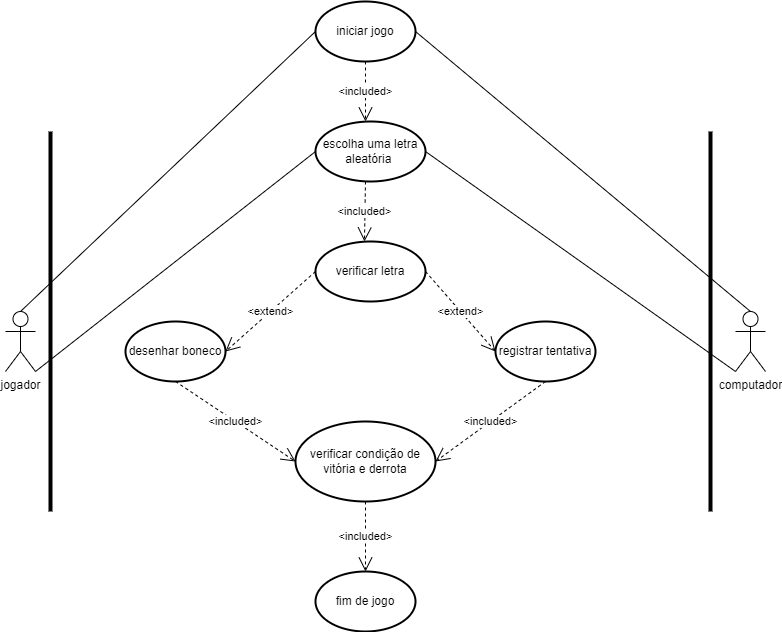
Above: Diagrama Casos de Uso.drawio.png in KalCastro/Jogo_da_Forca (draw.io), before the change. Source tidied: cells renumbered, new cells last; positions are measured from the earlier drawing's top-left corner, leaving out a move shared by most shapes.
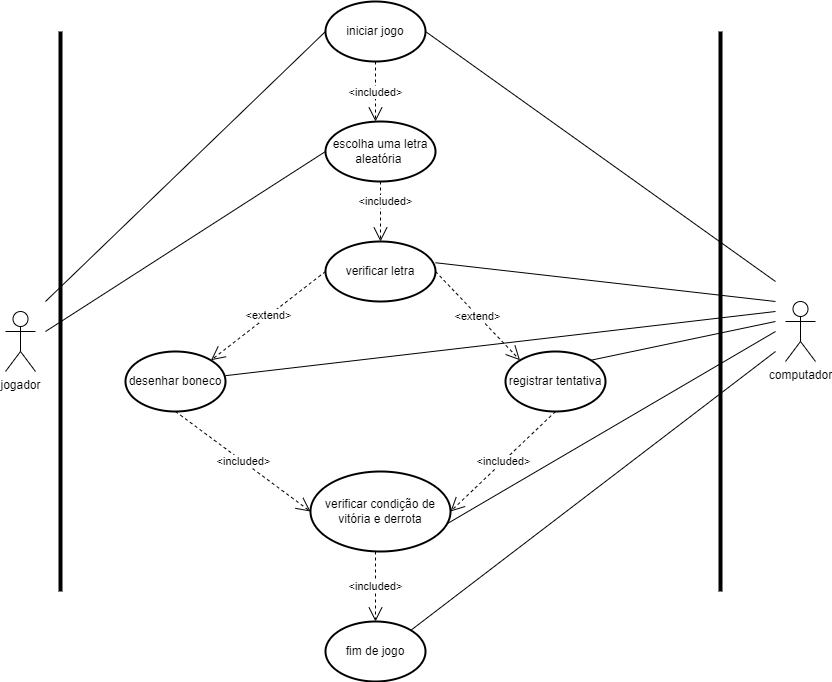
The same file after the commit.

Change to the diagram source:
```diff
@@ -2,17 +2,22 @@
   <root>
     <mxCell id="0" />
     <mxCell id="1" parent="0" />
+    <mxCell id="24" style="endArrow=none;html=1;rounded=0;entryX=1;entryY=0.354;entryDx=0;entryDy=0;entryPerimeter=0;" parent="1" edge="1" target="7">
+      <mxGeometry relative="1" as="geometry">
+        <mxPoint x="760" y="300" as="sourcePoint" />
+      </mxGeometry>
+    </mxCell>
     <mxCell id="2" value="jogador" style="shape=umlActor;verticalLabelPosition=bottom;verticalAlign=top;html=1;outlineConnect=0;" parent="1" vertex="1">
-      <mxGeometry y="310" width="30" height="60" as="geometry" />
+      <mxGeometry x="-10" y="310" width="30" height="60" as="geometry" />
     </mxCell>
     <mxCell id="3" value="computador" style="shape=umlActor;verticalLabelPosition=bottom;verticalAlign=top;html=1;outlineConnect=0;" parent="1" vertex="1">
-      <mxGeometry x="730" y="310" width="30" height="60" as="geometry" />
+      <mxGeometry x="770" y="300" width="30" height="60" as="geometry" />
     </mxCell>
     <mxCell id="4" style="line;strokeWidth=4;direction=south;html=1;perimeter=backbonePerimeter;" parent="1" vertex="1">
-      <mxGeometry x="40" y="130" width="10" height="380" as="geometry" />
+      <mxGeometry x="40" y="30" width="10" height="560" as="geometry" />
     </mxCell>
     <mxCell id="5" style="line;strokeWidth=4;direction=south;html=1;perimeter=backbonePerimeter;" parent="1" vertex="1">
-      <mxGeometry x="700" y="130" width="10" height="380" as="geometry" />
+      <mxGeometry x="700" y="30" width="10" height="560" as="geometry" />
     </mxCell>
     <mxCell id="6" value="iniciar jogo" style="strokeWidth=2;html=1;shape=mxgraph.flowchart.start_1;whiteSpace=wrap;" parent="1" vertex="1">
       <mxGeometry x="310" width="100" height="60" as="geometry" />
@@ -24,29 +29,32 @@
       <mxGeometry x="310" y="120" width="110" height="60" as="geometry" />
     </mxCell>
     <mxCell id="9" value="desenhar boneco" style="strokeWidth=2;html=1;shape=mxgraph.flowchart.start_1;whiteSpace=wrap;" parent="1" vertex="1">
-      <mxGeometry x="120" y="320" width="100" height="60" as="geometry" />
+      <mxGeometry x="110" y="350" width="100" height="60" as="geometry" />
     </mxCell>
     <mxCell id="10" value="registrar tentativa" style="strokeWidth=2;html=1;shape=mxgraph.flowchart.start_1;whiteSpace=wrap;" parent="1" vertex="1">
-      <mxGeometry x="490" y="320" width="100" height="60" as="geometry" />
+      <mxGeometry x="490" y="350" width="100" height="60" as="geometry" />
     </mxCell>
     <mxCell id="11" value="&lt;font style=&quot;font-size: 12px;&quot;&gt;verificar condição de vitória e derrota&lt;/font&gt;" style="strokeWidth=2;html=1;shape=mxgraph.flowchart.start_1;whiteSpace=wrap;" parent="1" vertex="1">
-      <mxGeometry x="290" y="420" width="140" height="80" as="geometry" />
+      <mxGeometry x="295" y="470" width="140" height="80" as="geometry" />
     </mxCell>
     <mxCell id="12" value="fim de jogo" style="strokeWidth=2;html=1;shape=mxgraph.flowchart.start_1;whiteSpace=wrap;" parent="1" vertex="1">
-      <mxGeometry x="310" y="570" width="100" height="60" as="geometry" />
+      <mxGeometry x="310" y="620" width="100" height="60" as="geometry" />
     </mxCell>
-    <mxCell id="13" value="&amp;lt;included&amp;gt;" style="endArrow=open;endSize=12;dashed=1;html=1;rounded=0;entryX=0.445;entryY=0;entryDx=0;entryDy=0;entryPerimeter=0;" parent="1" edge="1" target="7">
-      <mxGeometry relative="1" as="geometry">
-        <mxPoint x="360" y="180" as="sourcePoint" />
-      </mxGeometry>
+    <mxCell id="13" value="&amp;lt;included&amp;gt;" style="endArrow=open;endSize=12;dashed=1;html=1;rounded=0;exitX=0.5;exitY=1;exitDx=0;exitDy=0;exitPerimeter=0;" parent="1" edge="1" source="8" target="7">
+      <mxGeometry x="-0.34" y="5" relative="1" as="geometry" />
     </mxCell>
     <mxCell id="14" value="&amp;lt;included&amp;gt;" style="endArrow=open;endSize=12;dashed=1;html=1;rounded=0;exitX=0.5;exitY=1;exitDx=0;exitDy=0;exitPerimeter=0;" parent="1" edge="1" source="6">
       <mxGeometry relative="1" as="geometry">
         <mxPoint x="360" y="120" as="targetPoint" />
       </mxGeometry>
     </mxCell>
-    <mxCell id="15" value="&amp;lt;included&amp;gt;" style="endArrow=open;endSize=12;dashed=1;html=1;rounded=0;exitX=0.5;exitY=1;exitDx=0;exitDy=0;exitPerimeter=0;entryX=0.5;entryY=0;entryDx=0;entryDy=0;entryPerimeter=0;" parent="1" edge="1" source="11" target="12">
-      <mxGeometry relative="1" as="geometry" />
+    <mxCell id="15" value="&amp;lt;included&amp;gt;" style="endArrow=open;endSize=12;dashed=1;html=1;rounded=0;entryX=0.5;entryY=0;entryDx=0;entryDy=0;entryPerimeter=0;" parent="1" edge="1" target="12">
+      <mxGeometry relative="1" as="geometry">
+        <mxPoint x="360" y="550" as="sourcePoint" />
+        <Array as="points">
+          <mxPoint x="360" y="580" />
+        </Array>
+      </mxGeometry>
     </mxCell>
     <mxCell id="16" value="&amp;lt;included&amp;gt;" style="endArrow=open;endSize=12;dashed=1;html=1;rounded=0;exitX=0.5;exitY=1;exitDx=0;exitDy=0;exitPerimeter=0;entryX=1;entryY=0.5;entryDx=0;entryDy=0;entryPerimeter=0;" parent="1" edge="1" source="10" target="11">
       <mxGeometry relative="1" as="geometry" />
@@ -54,23 +62,46 @@
     <mxCell id="17" value="&amp;lt;included&amp;gt;" style="endArrow=open;endSize=12;dashed=1;html=1;rounded=0;exitX=0.5;exitY=1;exitDx=0;exitDy=0;exitPerimeter=0;entryX=0;entryY=0.5;entryDx=0;entryDy=0;entryPerimeter=0;" parent="1" edge="1" source="9" target="11">
       <mxGeometry relative="1" as="geometry" />
     </mxCell>
-    <mxCell id="18" value="&amp;lt;extend&amp;gt;" style="endArrow=open;endSize=12;dashed=1;html=1;rounded=0;exitX=0;exitY=0.5;exitDx=0;exitDy=0;exitPerimeter=0;entryX=1;entryY=0.5;entryDx=0;entryDy=0;entryPerimeter=0;" parent="1" edge="1" source="7" target="9">
+    <mxCell id="18" value="&amp;lt;extend&amp;gt;" style="endArrow=open;endSize=12;dashed=1;html=1;rounded=0;exitX=0;exitY=0.5;exitDx=0;exitDy=0;exitPerimeter=0;entryX=0.855;entryY=0.145;entryDx=0;entryDy=0;entryPerimeter=0;" parent="1" edge="1" source="7" target="9">
       <mxGeometry relative="1" as="geometry" />
     </mxCell>
-    <mxCell id="19" value="&amp;lt;extend&amp;gt;" style="endArrow=open;endSize=12;dashed=1;html=1;rounded=0;exitX=1;exitY=0.5;exitDx=0;exitDy=0;exitPerimeter=0;entryX=0;entryY=0.5;entryDx=0;entryDy=0;entryPerimeter=0;" parent="1" edge="1" source="7" target="10">
+    <mxCell id="19" value="&amp;lt;extend&amp;gt;" style="endArrow=open;endSize=12;dashed=1;html=1;rounded=0;exitX=1;exitY=0.5;exitDx=0;exitDy=0;exitPerimeter=0;entryX=0.145;entryY=0.145;entryDx=0;entryDy=0;entryPerimeter=0;" parent="1" edge="1" source="7" target="10">
       <mxGeometry relative="1" as="geometry" />
     </mxCell>
-    <mxCell id="20" style="endArrow=none;html=1;rounded=0;entryX=0;entryY=0.5;entryDx=0;entryDy=0;entryPerimeter=0;exitX=0.5;exitY=0;exitDx=0;exitDy=0;exitPerimeter=0;" parent="1" edge="1" source="2" target="6">
-      <mxGeometry relative="1" as="geometry" />
+    <mxCell id="20" style="endArrow=none;html=1;rounded=0;entryX=0;entryY=0.5;entryDx=0;entryDy=0;entryPerimeter=0;" parent="1" edge="1" target="6">
+      <mxGeometry relative="1" as="geometry">
+        <mxPoint x="30" y="300" as="sourcePoint" />
+      </mxGeometry>
     </mxCell>
-    <mxCell id="21" style="endArrow=none;html=1;rounded=0;entryX=0;entryY=0.5;entryDx=0;entryDy=0;entryPerimeter=0;exitX=1;exitY=1;exitDx=0;exitDy=0;exitPerimeter=0;" parent="1" edge="1" source="2" target="8">
-      <mxGeometry relative="1" as="geometry" />
+    <mxCell id="21" style="endArrow=none;html=1;rounded=0;entryX=0;entryY=0.5;entryDx=0;entryDy=0;entryPerimeter=0;" parent="1" edge="1" target="8">
+      <mxGeometry relative="1" as="geometry">
+        <mxPoint x="30" y="330" as="sourcePoint" />
+      </mxGeometry>
     </mxCell>
-    <mxCell id="22" style="endArrow=none;html=1;rounded=0;entryX=1;entryY=0.5;entryDx=0;entryDy=0;entryPerimeter=0;exitX=0.5;exitY=0;exitDx=0;exitDy=0;exitPerimeter=0;" parent="1" edge="1" source="3" target="6">
-      <mxGeometry relative="1" as="geometry" />
+    <mxCell id="22" style="endArrow=none;html=1;rounded=0;entryX=1;entryY=0.5;entryDx=0;entryDy=0;entryPerimeter=0;" parent="1" edge="1" target="6">
+      <mxGeometry relative="1" as="geometry">
+        <mxPoint x="760" y="280" as="sourcePoint" />
+      </mxGeometry>
     </mxCell>
-    <mxCell id="23" style="endArrow=none;html=1;rounded=0;entryX=1;entryY=0.5;entryDx=0;entryDy=0;entryPerimeter=0;exitX=0;exitY=1;exitDx=0;exitDy=0;exitPerimeter=0;" parent="1" edge="1" source="3" target="8">
-      <mxGeometry relative="1" as="geometry" />
-    </mxCell>
+    <mxCell id="25" style="endArrow=none;html=1;rounded=0;" parent="1" edge="1" target="9">
+      <mxGeometry relative="1" as="geometry">
+        <mxPoint x="760" y="310" as="sourcePoint" />
+      </mxGeometry>
+    </mxCell>
+    <mxCell id="26" style="endArrow=none;html=1;rounded=0;entryX=0.855;entryY=0.145;entryDx=0;entryDy=0;entryPerimeter=0;" parent="1" edge="1" target="10">
+      <mxGeometry relative="1" as="geometry">
+        <mxPoint x="760" y="320" as="sourcePoint" />
+      </mxGeometry>
+    </mxCell>
+    <mxCell id="27" style="endArrow=none;html=1;rounded=0;entryX=0.855;entryY=0.145;entryDx=0;entryDy=0;entryPerimeter=0;" parent="1" edge="1" target="12">
+      <mxGeometry relative="1" as="geometry">
+        <mxPoint x="760" y="350" as="sourcePoint" />
+      </mxGeometry>
+    </mxCell>
+    <mxCell id="28" style="endArrow=none;html=1;rounded=0;entryX=0.973;entryY=0.656;entryDx=0;entryDy=0;entryPerimeter=0;" parent="1" edge="1" target="11">
+      <mxGeometry relative="1" as="geometry">
+        <mxPoint x="760" y="330" as="sourcePoint" />
+      </mxGeometry>
+    </mxCell>
   </root>
 </mxGraphModel>
```
